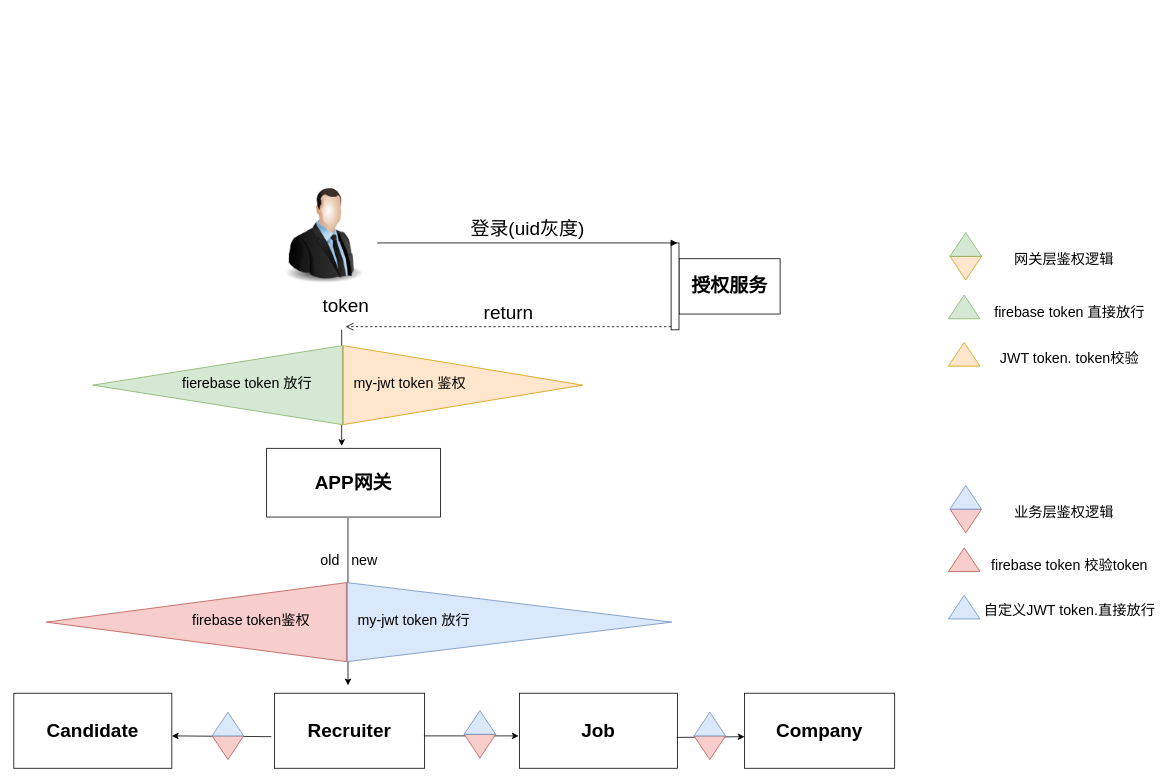
Before: 权限结构.drawio in ZhaoDaMing/note, a draw.io diagram. Source tidied: cells renumbered, new cells numbered last; positions are measured from the earlier drawing's top-left corner, leaving out a move shared by most shapes. Both pictures are drawn from the tidied source at 79%, with x=0, y=0 at pixel (13, 179).
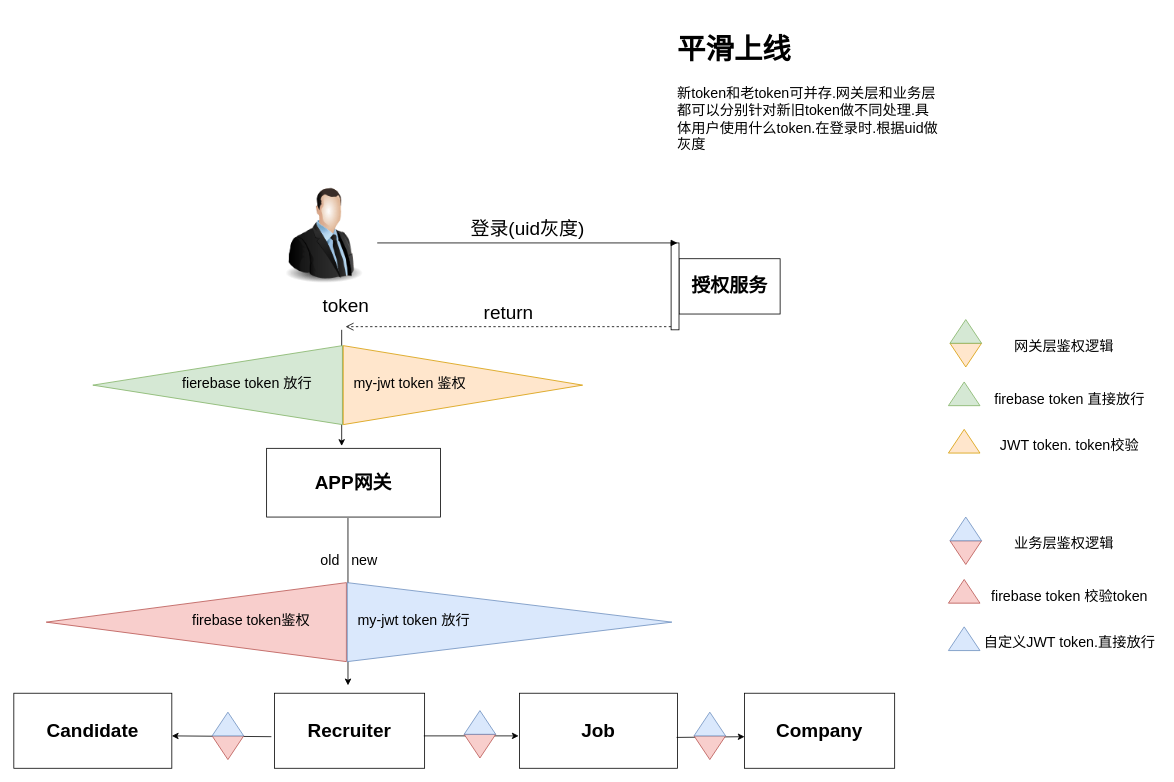
The same diagram, later.

Commit message:
新老token平滑上线.drawio

Change to the diagram source:
```diff
@@
     <mxCell id="26" style="triangle;whiteSpace=wrap;html=1;fontSize=24;direction=north;fillColor=#f8cecc;strokeColor=#b85450;" parent="1" vertex="1">
-      <mxGeometry x="1183" y="466" width="40" height="30" as="geometry" />
+      <mxGeometry x="1183" y="506" width="40" height="30" as="geometry" />
     </mxCell>
     <mxCell id="27" style="triangle;whiteSpace=wrap;html=1;fontSize=24;direction=north;fillColor=#dae8fc;strokeColor=#6c8ebf;" parent="1" vertex="1">
-      <mxGeometry x="1183" y="526" width="40" height="30" as="geometry" />
+      <mxGeometry x="1183" y="566" width="40" height="30" as="geometry" />
     </mxCell>
     <mxCell id="28" value="&lt;span style=&quot;font-size: 18px&quot;&gt;firebase token 校验token&lt;/span&gt;" style="text;html=1;align=center;verticalAlign=middle;strokeColor=none;fillColor=none;fontSize=24;" parent="1" vertex="1">
-      <mxGeometry x="1231" y="466" width="210" height="40" as="geometry" />
+      <mxGeometry x="1231" y="506" width="210" height="40" as="geometry" />
     </mxCell>
     <mxCell id="29" value="&lt;span style=&quot;font-size: 18px&quot;&gt;自定义JWT token.直接放行&lt;/span&gt;" style="text;html=1;align=center;verticalAlign=middle;strokeColor=none;fillColor=none;fontSize=24;" parent="1" vertex="1">
-      <mxGeometry x="1221" y="524" width="230" height="40" as="geometry" />
+      <mxGeometry x="1221" y="564" width="230" height="40" as="geometry" />
     </mxCell>
@@
     <mxCell id="33" style="triangle;whiteSpace=wrap;html=1;fontSize=24;direction=south;fillColor=#f8cecc;strokeColor=#b85450;" parent="1" vertex="1">
-      <mxGeometry x="1185" y="417" width="40" height="30" as="geometry" />
+      <mxGeometry x="1185" y="457" width="40" height="30" as="geometry" />
     </mxCell>
     <mxCell id="34" style="triangle;whiteSpace=wrap;html=1;fontSize=24;direction=north;fillColor=#dae8fc;strokeColor=#6c8ebf;" parent="1" vertex="1">
-      <mxGeometry x="1185" y="387" width="40" height="30" as="geometry" />
+      <mxGeometry x="1185" y="427" width="40" height="30" as="geometry" />
     </mxCell>
     <mxCell id="35" value="&lt;font style=&quot;font-size: 18px&quot;&gt;业务层鉴权逻辑&lt;/font&gt;" style="text;html=1;align=center;verticalAlign=middle;strokeColor=none;fillColor=none;fontSize=24;" parent="1" vertex="1">
-      <mxGeometry x="1259" y="399" width="140" height="40" as="geometry" />
+      <mxGeometry x="1259" y="439" width="140" height="40" as="geometry" />
     </mxCell>
     <mxCell id="36" style="triangle;whiteSpace=wrap;html=1;fontSize=24;direction=north;fillColor=#d5e8d4;strokeColor=#82b366;" parent="1" vertex="1">
-      <mxGeometry x="1183" y="146" width="40" height="30" as="geometry" />
+      <mxGeometry x="1183" y="256" width="40" height="30" as="geometry" />
     </mxCell>
     <mxCell id="37" style="triangle;whiteSpace=wrap;html=1;fontSize=24;direction=north;fillColor=#ffe6cc;strokeColor=#d79b00;" parent="1" vertex="1">
-      <mxGeometry x="1183" y="206" width="40" height="30" as="geometry" />
+      <mxGeometry x="1183" y="316" width="40" height="30" as="geometry" />
     </mxCell>
     <mxCell id="38" value="&lt;span style=&quot;font-size: 18px&quot;&gt;firebase token 直接放行&lt;/span&gt;" style="text;html=1;align=center;verticalAlign=middle;strokeColor=none;fillColor=none;fontSize=24;" parent="1" vertex="1">
-      <mxGeometry x="1231" y="146" width="210" height="40" as="geometry" />
+      <mxGeometry x="1231" y="256" width="210" height="40" as="geometry" />
     </mxCell>
     <mxCell id="39" value="&lt;span style=&quot;font-size: 18px&quot;&gt;JWT token. token校验&lt;/span&gt;" style="text;html=1;align=center;verticalAlign=middle;strokeColor=none;fillColor=none;fontSize=24;" parent="1" vertex="1">
-      <mxGeometry x="1241" y="204" width="190" height="40" as="geometry" />
+      <mxGeometry x="1241" y="314" width="190" height="40" as="geometry" />
     </mxCell>
     <mxCell id="40" style="triangle;whiteSpace=wrap;html=1;fontSize=24;direction=south;fillColor=#ffe6cc;strokeColor=#d79b00;" parent="1" vertex="1">
-      <mxGeometry x="1185" y="97" width="40" height="30" as="geometry" />
+      <mxGeometry x="1185" y="207" width="40" height="30" as="geometry" />
     </mxCell>
     <mxCell id="41" style="triangle;whiteSpace=wrap;html=1;fontSize=24;direction=north;fillColor=#d5e8d4;strokeColor=#82b366;" parent="1" vertex="1">
-      <mxGeometry x="1185" y="67" width="40" height="30" as="geometry" />
+      <mxGeometry x="1185" y="177" width="40" height="30" as="geometry" />
     </mxCell>
     <mxCell id="42" value="&lt;font style=&quot;font-size: 18px&quot;&gt;网关层鉴权逻辑&lt;/font&gt;" style="text;html=1;align=center;verticalAlign=middle;strokeColor=none;fillColor=none;fontSize=24;" parent="1" vertex="1">
-      <mxGeometry x="1259" y="79" width="140" height="40" as="geometry" />
+      <mxGeometry x="1259" y="189" width="140" height="40" as="geometry" />
     </mxCell>
@@
+    <mxCell id="47" value="&lt;h1&gt;平滑上线&lt;/h1&gt;&lt;div&gt;新token和老token可并存.网关层和业务层都可以分别针对新旧token做不同处理.具体用户使用什么token.在登录时.根据uid做灰度&lt;/div&gt;" style="text;html=1;strokeColor=none;fillColor=none;spacing=5;spacingTop=-20;whiteSpace=wrap;overflow=hidden;rounded=0;fontSize=18;" parent="1" vertex="1">
+      <mxGeometry x="835" y="-200" width="345" height="180" as="geometry" />
+    </mxCell>
```
